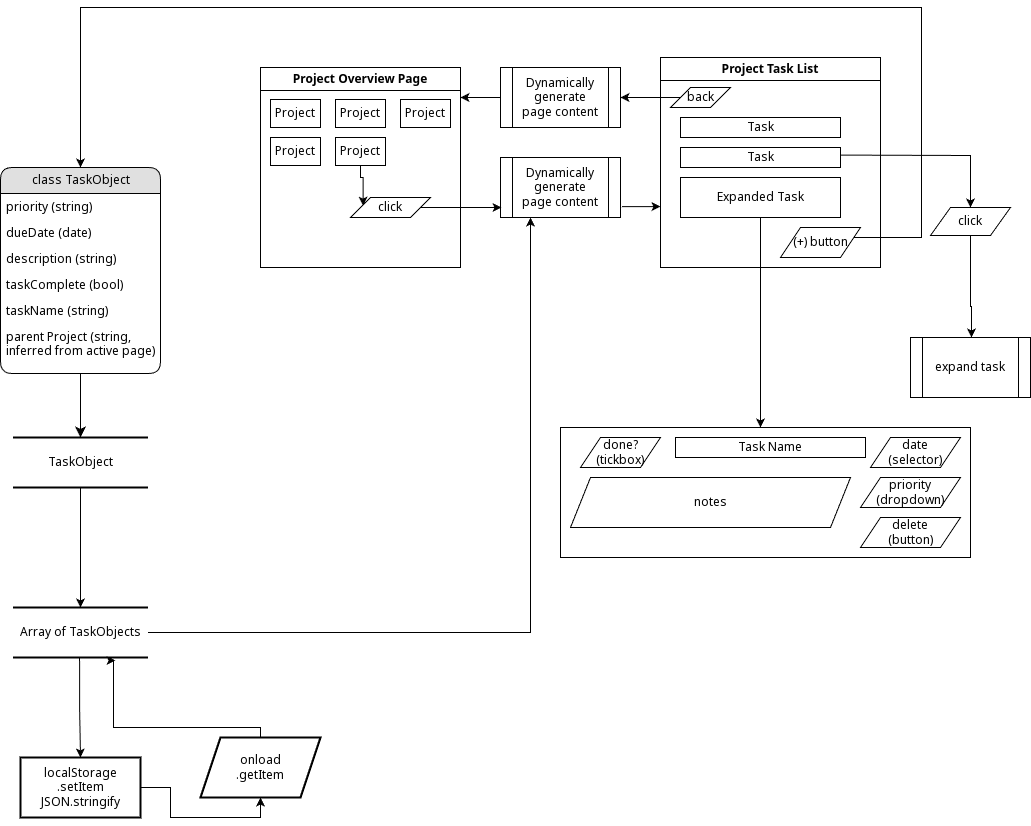
Above: flowchart.drawio.png in sykul/Todo-List (draw.io), before the change. Source tidied: cells renumbered, new cells last; positions are measured from the earlier drawing's top-left corner, leaving out a move shared by most shapes.
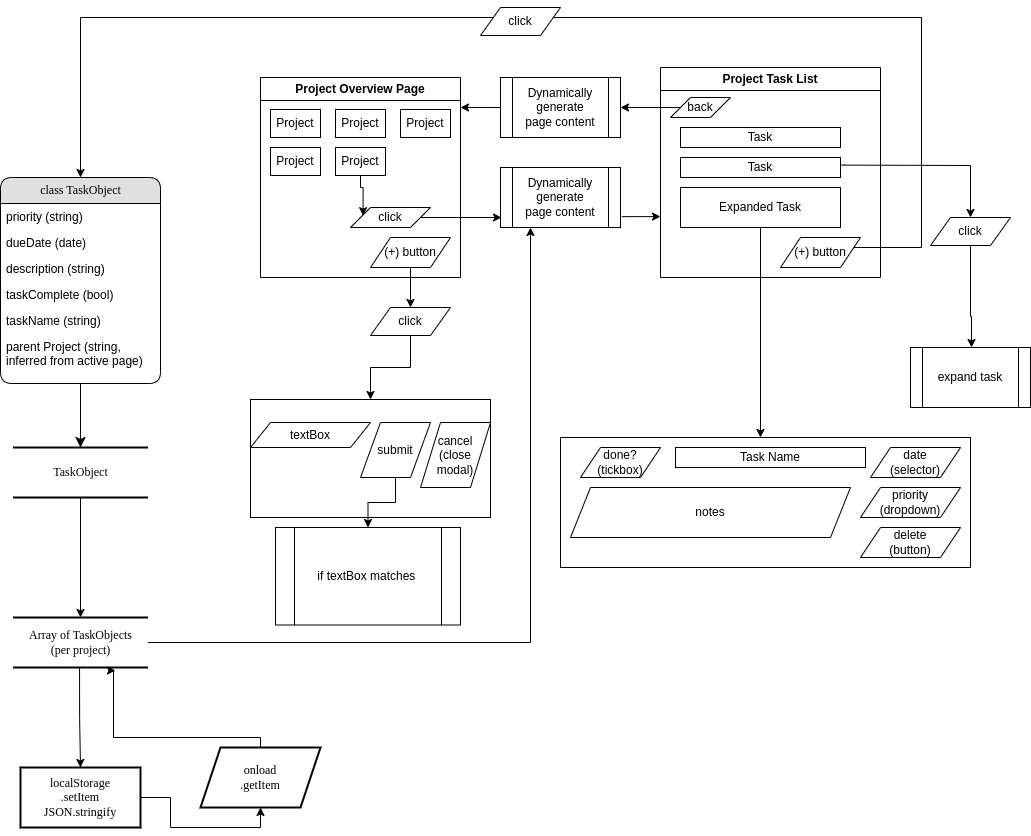
The same file after the commit.

Change to the diagram source:
```diff
@@ -32,7 +32,7 @@
     <mxCell id="11" style="edgeStyle=orthogonalEdgeStyle;rounded=0;jettySize=auto;html=1;entryX=0.25;entryY=1;entryDx=0;entryDy=0;" parent="1" edge="1" source="12" target="43">
       <mxGeometry relative="1" as="geometry" />
     </mxCell>
-    <mxCell id="12" value="&lt;div&gt;&lt;span style=&quot;background-color: initial;&quot;&gt;Array of TaskObjects&lt;/span&gt;&lt;br&gt;&lt;/div&gt;" style="html=1;rounded=0;shadow=0;comic=0;labelBackgroundColor=none;strokeWidth=2;fontFamily=Verdana;fontSize=12;align=center;shape=mxgraph.ios7ui.horLines;" parent="1" vertex="1">
+    <mxCell id="12" value="&lt;div&gt;&lt;span style=&quot;background-color: initial;&quot;&gt;Array of TaskObjects&lt;/span&gt;&lt;br&gt;&lt;/div&gt;&lt;div&gt;&lt;span style=&quot;background-color: initial;&quot;&gt;(per project)&lt;/span&gt;&lt;/div&gt;" style="html=1;rounded=0;shadow=0;comic=0;labelBackgroundColor=none;strokeWidth=2;fontFamily=Verdana;fontSize=12;align=center;shape=mxgraph.ios7ui.horLines;" parent="1" vertex="1">
       <mxGeometry x="12.5" y="600" width="135" height="50" as="geometry" />
     </mxCell>
     <mxCell id="13" style="edgeStyle=none;html=1;labelBackgroundColor=none;startFill=0;startSize=8;endFill=1;endSize=8;fontFamily=Verdana;fontSize=12;" parent="1" edge="1" source="4" target="3">
@@ -67,6 +67,9 @@
     <mxCell id="21" value="click" style="shape=parallelogram;perimeter=parallelogramPerimeter;whiteSpace=wrap;html=1;fixedSize=1;" parent="14" vertex="1">
       <mxGeometry x="90" y="130" width="80" height="20" as="geometry" />
     </mxCell>
+    <mxCell id="52" value="&lt;div&gt;&lt;span style=&quot;background-color: initial;&quot;&gt;(+) button&lt;/span&gt;&lt;br&gt;&lt;/div&gt;" style="shape=parallelogram;perimeter=parallelogramPerimeter;whiteSpace=wrap;html=1;fixedSize=1;" parent="14" vertex="1">
+      <mxGeometry x="110" y="160" width="80" height="30" as="geometry" />
+    </mxCell>
     <mxCell id="22" value="Project Task List" style="swimlane;whiteSpace=wrap;html=1;" parent="1" vertex="1">
       <mxGeometry x="660" y="50" width="220" height="210" as="geometry" />
     </mxCell>
@@ -85,11 +88,9 @@
     <mxCell id="27" value="back" style="shape=parallelogram;perimeter=parallelogramPerimeter;whiteSpace=wrap;html=1;fixedSize=1;" parent="22" vertex="1">
       <mxGeometry x="10" y="30" width="60" height="20" as="geometry" />
     </mxCell>
-    <mxCell id="28" style="edgeStyle=orthogonalEdgeStyle;rounded=0;jettySize=auto;html=1;entryX=0.5;entryY=0;entryDx=0;entryDy=0;" parent="1" edge="1" source="26" target="4">
+    <mxCell id="28" style="edgeStyle=orthogonalEdgeStyle;rounded=0;jettySize=auto;html=1;entryX=0.5;entryY=0;entryDx=0;entryDy=0;" parent="1" edge="1" source="54" target="4">
       <mxGeometry relative="1" as="geometry">
         <Array as="points">
-          <mxPoint x="921" y="230" />
-          <mxPoint x="921" />
           <mxPoint x="80" />
         </Array>
       </mxGeometry>
@@ -199,5 +200,43 @@
         </Array>
       </mxGeometry>
     </mxCell>
+    <mxCell id="53" style="edgeStyle=orthogonalEdgeStyle;rounded=0;jettySize=auto;html=1;entryX=0.5;entryY=0;entryDx=0;entryDy=0;" parent="1" edge="1" source="26" target="54">
+      <mxGeometry relative="1" as="geometry">
+        <Array as="points">
+          <mxPoint x="921" y="230" />
+          <mxPoint x="921" />
+        </Array>
+      </mxGeometry>
+    </mxCell>
+    <mxCell id="54" value="click" style="shape=parallelogram;perimeter=parallelogramPerimeter;whiteSpace=wrap;html=1;fixedSize=1;" parent="1" vertex="1">
+      <mxGeometry x="480" y="-10" width="80" height="28" as="geometry" />
+    </mxCell>
+    <mxCell id="55" style="edgeStyle=orthogonalEdgeStyle;rounded=0;jettySize=auto;html=1;" parent="1" edge="1" source="56" target="58">
+      <mxGeometry relative="1" as="geometry" />
+    </mxCell>
+    <mxCell id="56" value="click" style="shape=parallelogram;perimeter=parallelogramPerimeter;whiteSpace=wrap;html=1;fixedSize=1;" parent="1" vertex="1">
+      <mxGeometry x="370" y="290" width="80" height="28" as="geometry" />
+    </mxCell>
+    <mxCell id="57" style="edgeStyle=orthogonalEdgeStyle;rounded=0;jettySize=auto;html=1;" parent="1" edge="1" source="52" target="56">
+      <mxGeometry relative="1" as="geometry" />
+    </mxCell>
+    <mxCell id="58" style="whiteSpace=wrap;html=1;" parent="1" vertex="1">
+      <mxGeometry x="250" y="382" width="240" height="118" as="geometry" />
+    </mxCell>
+    <mxCell id="59" value="textBox" style="shape=parallelogram;perimeter=parallelogramPerimeter;whiteSpace=wrap;html=1;fixedSize=1;" parent="1" vertex="1">
+      <mxGeometry x="250" y="405" width="120" height="25" as="geometry" />
+    </mxCell>
+    <mxCell id="60" style="edgeStyle=orthogonalEdgeStyle;rounded=0;jettySize=auto;html=1;" parent="1" edge="1" source="61" target="63">
+      <mxGeometry relative="1" as="geometry" />
+    </mxCell>
+    <mxCell id="61" value="submit" style="shape=parallelogram;perimeter=parallelogramPerimeter;whiteSpace=wrap;html=1;fixedSize=1;" parent="1" vertex="1">
+      <mxGeometry x="360" y="405" width="70" height="55" as="geometry" />
+    </mxCell>
+    <mxCell id="62" value="cancel&lt;div&gt;(close&lt;/div&gt;&lt;div&gt;modal)&lt;/div&gt;" style="shape=parallelogram;perimeter=parallelogramPerimeter;whiteSpace=wrap;html=1;fixedSize=1;" parent="1" vertex="1">
+      <mxGeometry x="420" y="405" width="70" height="65" as="geometry" />
+    </mxCell>
+    <mxCell id="63" value="if textBox matches&amp;nbsp;" style="shape=process;whiteSpace=wrap;html=1;backgroundOutline=1;" parent="1" vertex="1">
+      <mxGeometry x="275" y="510" width="185" height="97.5" as="geometry" />
+    </mxCell>
   </root>
 </mxGraphModel>
```
